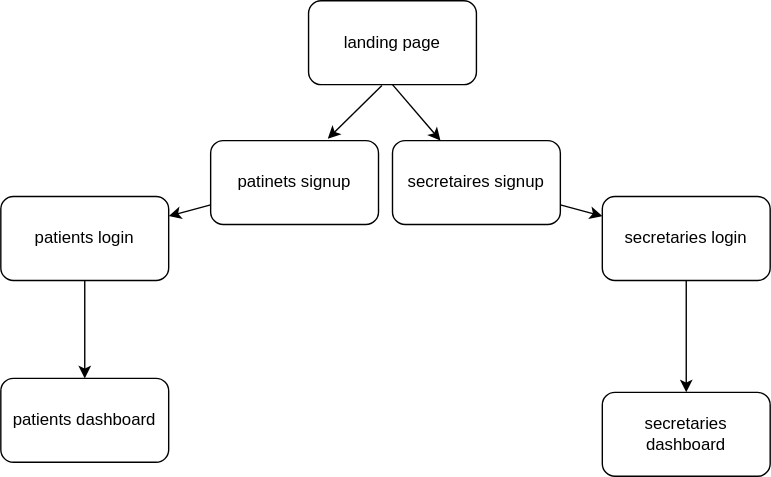
The draw.io diagram .drawio.svg in ImRoniel/CareSync-System, before a commit. Source tidied: cells renumbered, new cells last; positions are measured from the earlier drawing's top-left corner, leaving out a move shared by most shapes.
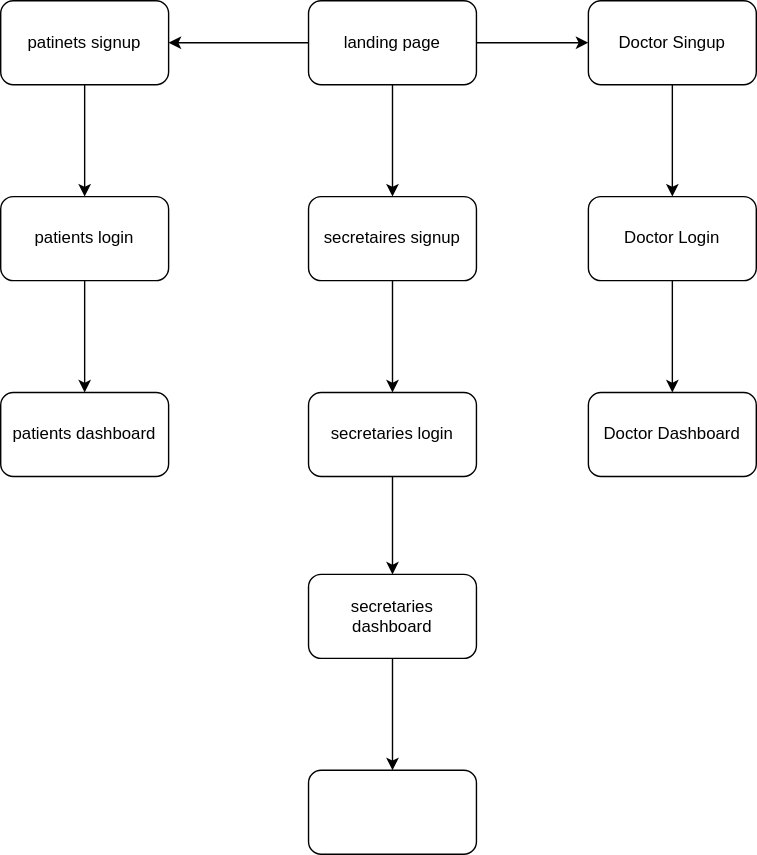
Later version of the same file.

Diff of the diagram source:
```diff
@@ -2,44 +2,68 @@
   <root>
     <mxCell id="0" />
     <mxCell id="1" parent="0" />
-    <mxCell id="2" style="edgeStyle=none;html=1;exitX=0.437;exitY=1.009;exitDx=0;exitDy=0;exitPerimeter=0;entryX=0.698;entryY=-0.023;entryDx=0;entryDy=0;entryPerimeter=0;" parent="1" edge="1" source="4" target="6">
+    <mxCell id="2" style="edgeStyle=none;html=1;" parent="1" edge="1" source="4" target="6">
       <mxGeometry relative="1" as="geometry" />
     </mxCell>
-    <mxCell id="3" style="edgeStyle=none;html=1;exitX=0.5;exitY=1;exitDx=0;exitDy=0;" parent="1" edge="1" source="4" target="8">
+    <mxCell id="3" style="edgeStyle=none;html=1;" parent="1" edge="1" source="4" target="8">
       <mxGeometry relative="1" as="geometry" />
     </mxCell>
+    <mxCell id="15" style="edgeStyle=none;html=1;" parent="1" edge="1" source="4" target="18">
+      <mxGeometry relative="1" as="geometry" />
+    </mxCell>
     <mxCell id="4" value="landing page&amp;nbsp;" style="rounded=1;whiteSpace=wrap;html=1;" parent="1" vertex="1">
-      <mxGeometry x="220" width="120" height="60" as="geometry" />
+      <mxGeometry x="249" width="120" height="60" as="geometry" />
     </mxCell>
     <mxCell id="5" style="edgeStyle=none;html=1;" parent="1" edge="1" source="6" target="10">
       <mxGeometry relative="1" as="geometry" />
     </mxCell>
     <mxCell id="6" value="patinets signup" style="whiteSpace=wrap;html=1;rounded=1;" parent="1" vertex="1">
-      <mxGeometry x="150" y="100" width="120" height="60" as="geometry" />
+      <mxGeometry x="29" width="120" height="60" as="geometry" />
     </mxCell>
     <mxCell id="7" style="edgeStyle=none;html=1;" parent="1" edge="1" source="8" target="12">
       <mxGeometry relative="1" as="geometry" />
     </mxCell>
     <mxCell id="8" value="secretaires signup" style="whiteSpace=wrap;html=1;rounded=1;" parent="1" vertex="1">
-      <mxGeometry x="280" y="100" width="120" height="60" as="geometry" />
+      <mxGeometry x="249" y="140" width="120" height="60" as="geometry" />
     </mxCell>
     <mxCell id="9" style="edgeStyle=none;html=1;" parent="1" edge="1" source="10" target="13">
       <mxGeometry relative="1" as="geometry" />
     </mxCell>
     <mxCell id="10" value="patients login&amp;nbsp;" style="whiteSpace=wrap;html=1;rounded=1;" parent="1" vertex="1">
-      <mxGeometry y="140" width="120" height="60" as="geometry" />
+      <mxGeometry x="29" y="140" width="120" height="60" as="geometry" />
     </mxCell>
     <mxCell id="11" style="edgeStyle=none;html=1;" parent="1" edge="1" source="12" target="14">
       <mxGeometry relative="1" as="geometry" />
     </mxCell>
     <mxCell id="12" value="secretaries login&amp;nbsp;" style="whiteSpace=wrap;html=1;rounded=1;" parent="1" vertex="1">
-      <mxGeometry x="430" y="140" width="120" height="60" as="geometry" />
+      <mxGeometry x="249" y="280" width="120" height="60" as="geometry" />
     </mxCell>
     <mxCell id="13" value="patients dashboard" style="whiteSpace=wrap;html=1;rounded=1;" parent="1" vertex="1">
-      <mxGeometry y="270" width="120" height="60" as="geometry" />
+      <mxGeometry x="29" y="280" width="120" height="60" as="geometry" />
     </mxCell>
+    <mxCell id="16" style="edgeStyle=none;html=1;" parent="1" edge="1" source="14" target="22">
+      <mxGeometry relative="1" as="geometry" />
+    </mxCell>
     <mxCell id="14" value="secretaries dashboard" style="whiteSpace=wrap;html=1;rounded=1;" parent="1" vertex="1">
-      <mxGeometry x="430" y="280" width="120" height="60" as="geometry" />
+      <mxGeometry x="249" y="410" width="120" height="60" as="geometry" />
     </mxCell>
+    <mxCell id="17" style="edgeStyle=none;html=1;" parent="1" edge="1" source="18" target="20">
+      <mxGeometry relative="1" as="geometry" />
+    </mxCell>
+    <mxCell id="18" value="Doctor Singup" style="whiteSpace=wrap;html=1;rounded=1;" parent="1" vertex="1">
+      <mxGeometry x="449" width="120" height="60" as="geometry" />
+    </mxCell>
+    <mxCell id="19" style="edgeStyle=none;html=1;" parent="1" edge="1" source="20" target="21">
+      <mxGeometry relative="1" as="geometry" />
+    </mxCell>
+    <mxCell id="20" value="Doctor Login&amp;nbsp;" style="whiteSpace=wrap;html=1;rounded=1;" parent="1" vertex="1">
+      <mxGeometry x="449" y="140" width="120" height="60" as="geometry" />
+    </mxCell>
+    <mxCell id="21" value="Doctor Dashboard" style="whiteSpace=wrap;html=1;rounded=1;" parent="1" vertex="1">
+      <mxGeometry x="449" y="280" width="120" height="60" as="geometry" />
+    </mxCell>
+    <mxCell id="22" style="whiteSpace=wrap;html=1;rounded=1;" parent="1" vertex="1">
+      <mxGeometry x="249" y="550" width="120" height="60" as="geometry" />
+    </mxCell>
   </root>
 </mxGraphModel>
```
